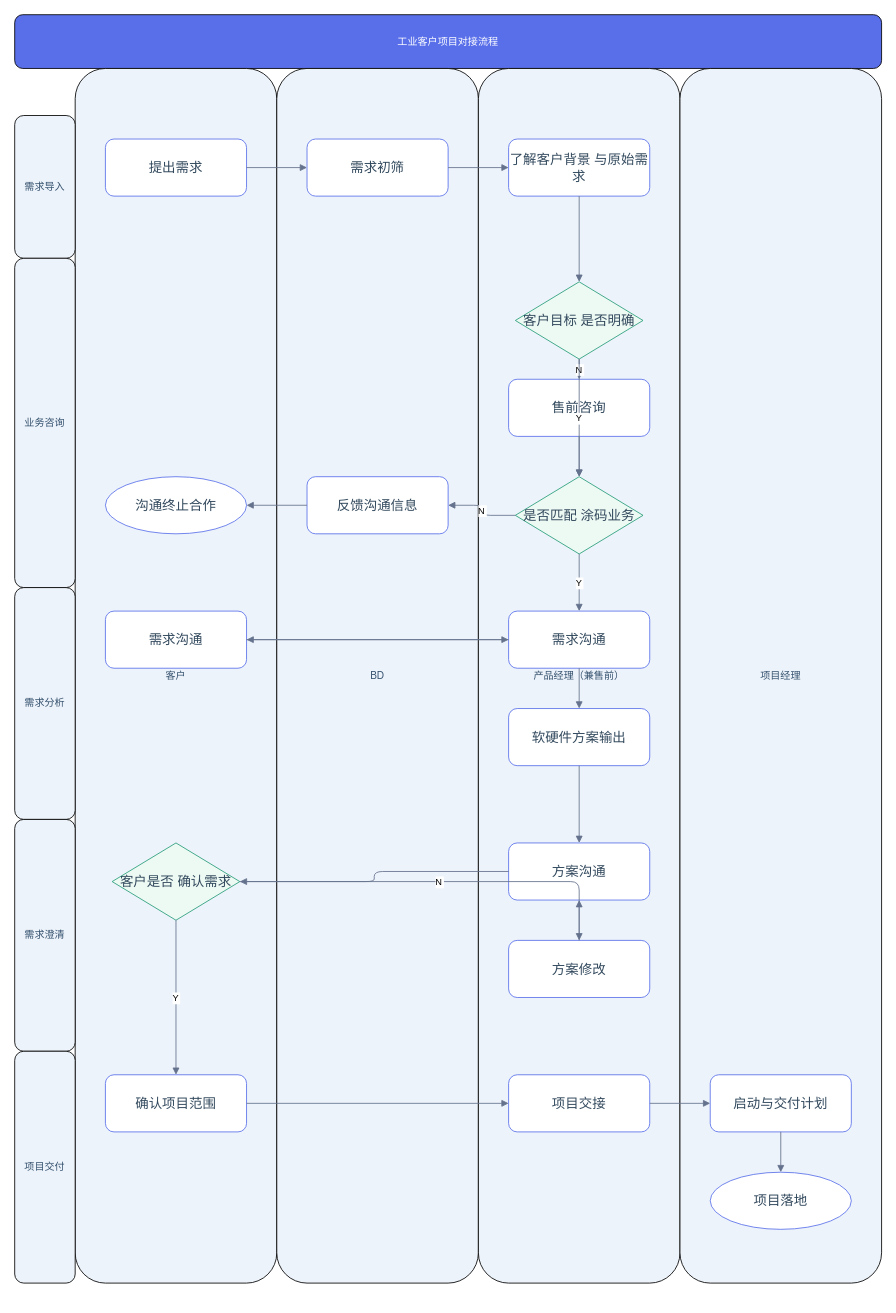
Before: examples/swimlane.drawio in beidaomitu233/FlyMind, a draw.io diagram. Source tidied: cells renumbered, new cells numbered last; positions are measured from the earlier drawing's top-left corner, leaving out a move shared by most shapes. Both pictures are drawn from the tidied source at 84%, with x=0, y=0 at pixel (14, 14).
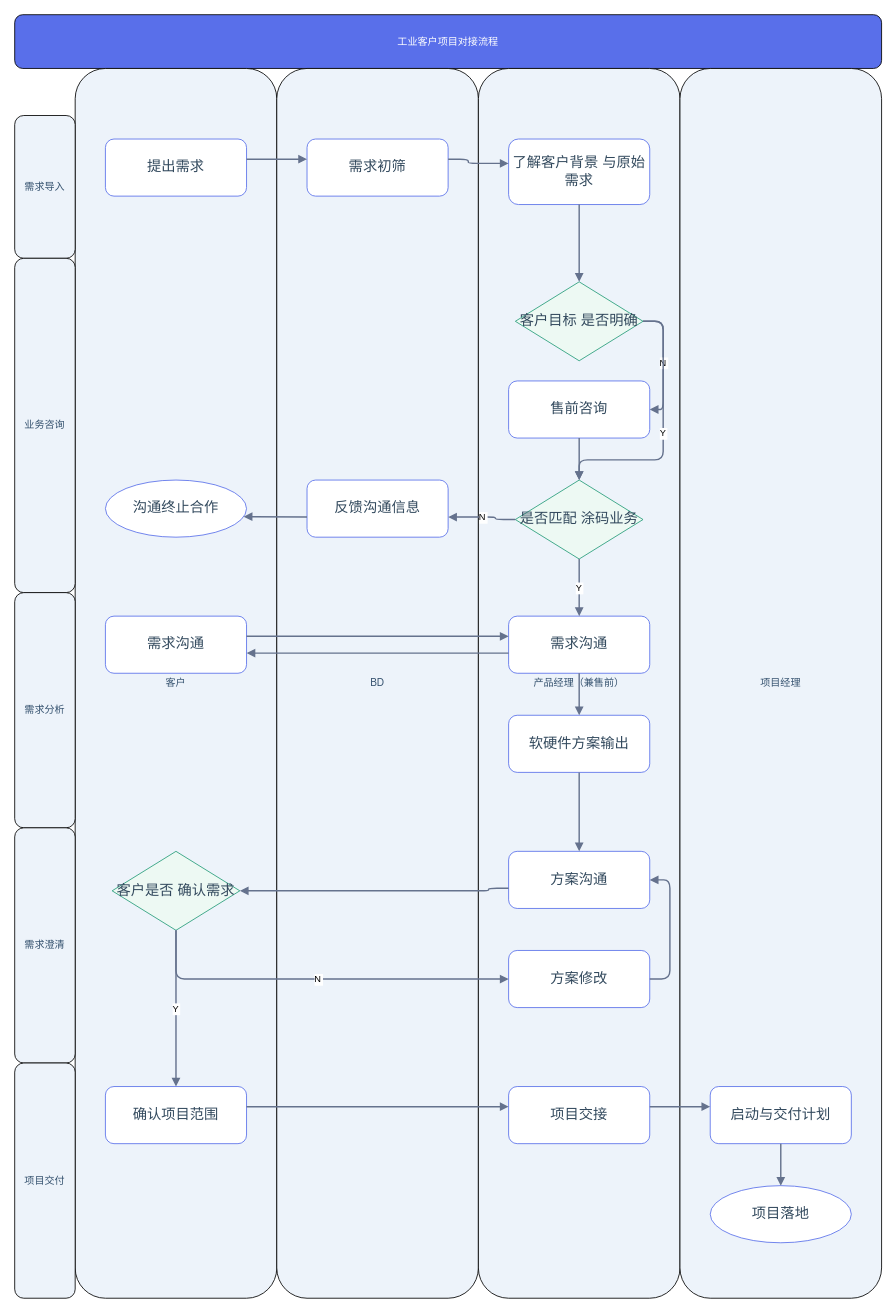
The same diagram, later.

The edit, as a diff of the source:
```diff
@@
     <mxCell id="3" value="客户" style="rounded=1;whiteSpace=wrap;html=0;fillColor=#edf3fa;fontColor=#34516e;" parent="1" vertex="1">
-      <mxGeometry x="72" y="64" width="240" height="1446" as="geometry" />
+      <mxGeometry x="72" y="64" width="240" height="1464" as="geometry" />
     </mxCell>
     <mxCell id="4" value="BD" style="rounded=1;whiteSpace=wrap;html=0;fillColor=#edf3fa;fontColor=#34516e;" parent="1" vertex="1">
-      <mxGeometry x="312" y="64" width="240" height="1446" as="geometry" />
+      <mxGeometry x="312" y="64" width="240" height="1464" as="geometry" />
     </mxCell>
     <mxCell id="5" value="产品经理（兼售前）" style="rounded=1;whiteSpace=wrap;html=0;fillColor=#edf3fa;fontColor=#34516e;" parent="1" vertex="1">
-      <mxGeometry x="552" y="64" width="240" height="1446" as="geometry" />
+      <mxGeometry x="552" y="64" width="240" height="1464" as="geometry" />
     </mxCell>
     <mxCell id="6" value="项目经理" style="rounded=1;whiteSpace=wrap;html=0;fillColor=#edf3fa;fontColor=#34516e;" parent="1" vertex="1">
-      <mxGeometry x="792" y="64" width="240" height="1446" as="geometry" />
+      <mxGeometry x="792" y="64" width="240" height="1464" as="geometry" />
     </mxCell>
@@
     <mxCell id="8" value="业务咨询" style="rounded=1;whiteSpace=wrap;html=0;fillColor=#edf3fa;fontColor=#34516e;" parent="1" vertex="1">
-      <mxGeometry y="290" width="72" height="392" as="geometry" />
+      <mxGeometry y="290" width="72" height="398" as="geometry" />
     </mxCell>
     <mxCell id="9" value="需求分析" style="rounded=1;whiteSpace=wrap;html=0;fillColor=#edf3fa;fontColor=#34516e;" parent="1" vertex="1">
-      <mxGeometry y="682" width="72" height="276" as="geometry" />
+      <mxGeometry y="688" width="72" height="280" as="geometry" />
     </mxCell>
     <mxCell id="10" value="需求澄清" style="rounded=1;whiteSpace=wrap;html=0;fillColor=#edf3fa;fontColor=#34516e;" parent="1" vertex="1">
-      <mxGeometry y="958" width="72" height="276" as="geometry" />
+      <mxGeometry y="968" width="72" height="280" as="geometry" />
     </mxCell>
     <mxCell id="11" value="项目交付" style="rounded=1;whiteSpace=wrap;html=0;fillColor=#edf3fa;fontColor=#34516e;" parent="1" vertex="1">
-      <mxGeometry y="1234" width="72" height="276" as="geometry" />
+      <mxGeometry y="1248" width="72" height="280" as="geometry" />
     </mxCell>
-    <mxCell id="12" value="提出需求" style="rounded=1;whiteSpace=wrap;html=0;fillColor=#fff;strokeColor=#596fea;fontColor=#32495d;fontSize=16;" parent="1" vertex="1">
+    <mxCell id="12" value="提出需求" style="rounded=1;whiteSpace=wrap;html=0;fillColor=#fff;strokeColor=#596fea;fontColor=#32495d;fontSize=17;" parent="1" vertex="1">
       <mxGeometry x="108" y="148" width="168" height="68" as="geometry" />
     </mxCell>
-    <mxCell id="13" value="需求初筛" style="rounded=1;whiteSpace=wrap;html=0;fillColor=#fff;strokeColor=#596fea;fontColor=#32495d;fontSize=16;" parent="1" vertex="1">
+    <mxCell id="13" value="需求初筛" style="rounded=1;whiteSpace=wrap;html=0;fillColor=#fff;strokeColor=#596fea;fontColor=#32495d;fontSize=17;" parent="1" vertex="1">
       <mxGeometry x="348" y="148" width="168" height="68" as="geometry" />
     </mxCell>
-    <mxCell id="14" value="了解客户背景 与原始需求" style="rounded=1;whiteSpace=wrap;html=0;fillColor=#fff;strokeColor=#596fea;fontColor=#32495d;fontSize=16;" parent="1" vertex="1">
-      <mxGeometry x="588" y="148" width="168" height="68" as="geometry" />
+    <mxCell id="14" value="了解客户背景 与原始需求" style="rounded=1;whiteSpace=wrap;html=0;fillColor=#fff;strokeColor=#596fea;fontColor=#32495d;fontSize=17;" parent="1" vertex="1">
+      <mxGeometry x="588" y="148" width="168" height="78" as="geometry" />
     </mxCell>
-    <mxCell id="15" value="客户目标 是否明确" style="rhombus;whiteSpace=wrap;html=0;fillColor=#edf9f3;strokeColor=#259d79;fontColor=#32495d;fontSize=16;" parent="1" vertex="1">
-      <mxGeometry x="596" y="318" width="152" height="92" as="geometry" />
+    <mxCell id="15" value="客户目标 是否明确" style="rhombus;whiteSpace=wrap;html=0;fillColor=#edf9f3;strokeColor=#259d79;fontColor=#32495d;fontSize=17;" parent="1" vertex="1">
+      <mxGeometry x="596" y="318" width="152" height="94" as="geometry" />
     </mxCell>
-    <mxCell id="16" value="售前咨询" style="rounded=1;whiteSpace=wrap;html=0;fillColor=#fff;strokeColor=#596fea;fontColor=#32495d;fontSize=16;" parent="1" vertex="1">
-      <mxGeometry x="588" y="434" width="168" height="68" as="geometry" />
+    <mxCell id="16" value="售前咨询" style="rounded=1;whiteSpace=wrap;html=0;fillColor=#fff;strokeColor=#596fea;fontColor=#32495d;fontSize=17;" parent="1" vertex="1">
+      <mxGeometry x="588" y="436" width="168" height="68" as="geometry" />
     </mxCell>
-    <mxCell id="17" value="是否匹配 涂码业务" style="rhombus;whiteSpace=wrap;html=0;fillColor=#edf9f3;strokeColor=#259d79;fontColor=#32495d;fontSize=16;" parent="1" vertex="1">
-      <mxGeometry x="596" y="550" width="152" height="92" as="geometry" />
+    <mxCell id="17" value="是否匹配 涂码业务" style="rhombus;whiteSpace=wrap;html=0;fillColor=#edf9f3;strokeColor=#259d79;fontColor=#32495d;fontSize=17;" parent="1" vertex="1">
+      <mxGeometry x="596" y="554" width="152" height="94" as="geometry" />
     </mxCell>
-    <mxCell id="18" value="反馈沟通信息" style="rounded=1;whiteSpace=wrap;html=0;fillColor=#fff;strokeColor=#596fea;fontColor=#32495d;fontSize=16;" parent="1" vertex="1">
-      <mxGeometry x="348" y="550" width="168" height="68" as="geometry" />
+    <mxCell id="18" value="反馈沟通信息" style="rounded=1;whiteSpace=wrap;html=0;fillColor=#fff;strokeColor=#596fea;fontColor=#32495d;fontSize=17;" parent="1" vertex="1">
+      <mxGeometry x="348" y="554" width="168" height="68" as="geometry" />
     </mxCell>
-    <mxCell id="19" value="沟通终止合作" style="ellipse;whiteSpace=wrap;html=0;fillColor=#fff;strokeColor=#596fea;fontColor=#32495d;fontSize=16;" parent="1" vertex="1">
-      <mxGeometry x="108" y="550" width="168" height="68" as="geometry" />
+    <mxCell id="19" value="沟通终止合作" style="ellipse;whiteSpace=wrap;html=0;fillColor=#fff;strokeColor=#596fea;fontColor=#32495d;fontSize=17;" parent="1" vertex="1">
+      <mxGeometry x="108" y="554" width="168" height="68" as="geometry" />
     </mxCell>
-    <mxCell id="20" value="需求沟通" style="rounded=1;whiteSpace=wrap;html=0;fillColor=#fff;strokeColor=#596fea;fontColor=#32495d;fontSize=16;" parent="1" vertex="1">
-      <mxGeometry x="108" y="710" width="168" height="68" as="geometry" />
+    <mxCell id="20" value="需求沟通" style="rounded=1;whiteSpace=wrap;html=0;fillColor=#fff;strokeColor=#596fea;fontColor=#32495d;fontSize=17;" parent="1" vertex="1">
+      <mxGeometry x="108" y="716" width="168" height="68" as="geometry" />
     </mxCell>
-    <mxCell id="21" value="需求沟通" style="rounded=1;whiteSpace=wrap;html=0;fillColor=#fff;strokeColor=#596fea;fontColor=#32495d;fontSize=16;" parent="1" vertex="1">
-      <mxGeometry x="588" y="710" width="168" height="68" as="geometry" />
+    <mxCell id="21" value="需求沟通" style="rounded=1;whiteSpace=wrap;html=0;fillColor=#fff;strokeColor=#596fea;fontColor=#32495d;fontSize=17;" parent="1" vertex="1">
+      <mxGeometry x="588" y="716" width="168" height="68" as="geometry" />
     </mxCell>
-    <mxCell id="22" value="软硬件方案输出" style="rounded=1;whiteSpace=wrap;html=0;fillColor=#fff;strokeColor=#596fea;fontColor=#32495d;fontSize=16;" parent="1" vertex="1">
-      <mxGeometry x="588" y="826" width="168" height="68" as="geometry" />
+    <mxCell id="22" value="软硬件方案输出" style="rounded=1;whiteSpace=wrap;html=0;fillColor=#fff;strokeColor=#596fea;fontColor=#32495d;fontSize=17;" parent="1" vertex="1">
+      <mxGeometry x="588" y="834" width="168" height="68" as="geometry" />
     </mxCell>
-    <mxCell id="23" value="方案沟通" style="rounded=1;whiteSpace=wrap;html=0;fillColor=#fff;strokeColor=#596fea;fontColor=#32495d;fontSize=16;" parent="1" vertex="1">
-      <mxGeometry x="588" y="986" width="168" height="68" as="geometry" />
+    <mxCell id="23" value="方案沟通" style="rounded=1;whiteSpace=wrap;html=0;fillColor=#fff;strokeColor=#596fea;fontColor=#32495d;fontSize=17;" parent="1" vertex="1">
+      <mxGeometry x="588" y="996" width="168" height="68" as="geometry" />
     </mxCell>
-    <mxCell id="24" value="客户是否 确认需求" style="rhombus;whiteSpace=wrap;html=0;fillColor=#edf9f3;strokeColor=#259d79;fontColor=#32495d;fontSize=16;" parent="1" vertex="1">
-      <mxGeometry x="116" y="986" width="152" height="92" as="geometry" />
+    <mxCell id="24" value="客户是否 确认需求" style="rhombus;whiteSpace=wrap;html=0;fillColor=#edf9f3;strokeColor=#259d79;fontColor=#32495d;fontSize=17;" parent="1" vertex="1">
+      <mxGeometry x="116" y="996" width="152" height="94" as="geometry" />
     </mxCell>
-    <mxCell id="25" value="方案修改" style="rounded=1;whiteSpace=wrap;html=0;fillColor=#fff;strokeColor=#596fea;fontColor=#32495d;fontSize=16;" parent="1" vertex="1">
-      <mxGeometry x="588" y="1102" width="168" height="68" as="geometry" />
+    <mxCell id="25" value="方案修改" style="rounded=1;whiteSpace=wrap;html=0;fillColor=#fff;strokeColor=#596fea;fontColor=#32495d;fontSize=17;" parent="1" vertex="1">
+      <mxGeometry x="588" y="1114" width="168" height="68" as="geometry" />
     </mxCell>
-    <mxCell id="26" value="确认项目范围" style="rounded=1;whiteSpace=wrap;html=0;fillColor=#fff;strokeColor=#596fea;fontColor=#32495d;fontSize=16;" parent="1" vertex="1">
-      <mxGeometry x="108" y="1262" width="168" height="68" as="geometry" />
+    <mxCell id="26" value="确认项目范围" style="rounded=1;whiteSpace=wrap;html=0;fillColor=#fff;strokeColor=#596fea;fontColor=#32495d;fontSize=17;" parent="1" vertex="1">
+      <mxGeometry x="108" y="1276" width="168" height="68" as="geometry" />
     </mxCell>
-    <mxCell id="27" value="项目交接" style="rounded=1;whiteSpace=wrap;html=0;fillColor=#fff;strokeColor=#596fea;fontColor=#32495d;fontSize=16;" parent="1" vertex="1">
-      <mxGeometry x="588" y="1262" width="168" height="68" as="geometry" />
+    <mxCell id="27" value="项目交接" style="rounded=1;whiteSpace=wrap;html=0;fillColor=#fff;strokeColor=#596fea;fontColor=#32495d;fontSize=17;" parent="1" vertex="1">
+      <mxGeometry x="588" y="1276" width="168" height="68" as="geometry" />
     </mxCell>
-    <mxCell id="28" value="启动与交付计划" style="rounded=1;whiteSpace=wrap;html=0;fillColor=#fff;strokeColor=#596fea;fontColor=#32495d;fontSize=16;" parent="1" vertex="1">
-      <mxGeometry x="828" y="1262" width="168" height="68" as="geometry" />
+    <mxCell id="28" value="启动与交付计划" style="rounded=1;whiteSpace=wrap;html=0;fillColor=#fff;strokeColor=#596fea;fontColor=#32495d;fontSize=17;" parent="1" vertex="1">
+      <mxGeometry x="828" y="1276" width="168" height="68" as="geometry" />
     </mxCell>
-    <mxCell id="29" value="项目落地" style="ellipse;whiteSpace=wrap;html=0;fillColor=#fff;strokeColor=#596fea;fontColor=#32495d;fontSize=16;" parent="1" vertex="1">
-      <mxGeometry x="828" y="1378" width="168" height="68" as="geometry" />
+    <mxCell id="29" value="项目落地" style="ellipse;whiteSpace=wrap;html=0;fillColor=#fff;strokeColor=#596fea;fontColor=#32495d;fontSize=17;" parent="1" vertex="1">
+      <mxGeometry x="828" y="1394" width="168" height="68" as="geometry" />
     </mxCell>
-    <mxCell id="30" style="edgeStyle=orthogonalEdgeStyle;rounded=1;html=0;endArrow=block;strokeColor=#65728d;dashed=0;" parent="1" edge="1" source="12" target="13">
+    <mxCell id="30" style="exitX=1;exitY=0.35294117647058826;entryX=0;entryY=0.35294117647058826;rounded=1;html=0;endArrow=block;startArrow=none;strokeWidth=1.7;strokeColor=#65728d;dashed=0;" parent="1" edge="1" source="12" target="13">
       <mxGeometry relative="1" as="geometry" />
     </mxCell>
-    <mxCell id="31" style="edgeStyle=orthogonalEdgeStyle;rounded=1;html=0;endArrow=block;strokeColor=#65728d;dashed=0;" parent="1" edge="1" source="13" target="14">
-      <mxGeometry relative="1" as="geometry" />
+    <mxCell id="31" style="exitX=1;exitY=0.35294117647058826;entryX=0;entryY=0.3717948717948718;rounded=1;html=0;endArrow=block;startArrow=none;strokeWidth=1.7;strokeColor=#65728d;dashed=0;" parent="1" edge="1" source="13" target="14">
+      <mxGeometry relative="1" as="geometry">
+        <Array as="points">
+          <mxPoint x="540" y="172" />
+          <mxPoint x="540" y="177" />
+        </Array>
+      </mxGeometry>
     </mxCell>
-    <mxCell id="32" style="edgeStyle=orthogonalEdgeStyle;rounded=1;html=0;endArrow=block;strokeColor=#65728d;dashed=0;" parent="1" edge="1" source="14" target="15">
+    <mxCell id="32" style="exitX=0.5;exitY=1;entryX=0.5;entryY=0;rounded=1;html=0;endArrow=block;startArrow=none;strokeWidth=1.7;strokeColor=#65728d;dashed=0;" parent="1" edge="1" source="14" target="15">
       <mxGeometry relative="1" as="geometry" />
     </mxCell>
-    <mxCell id="33" value="N" style="edgeStyle=orthogonalEdgeStyle;rounded=1;html=0;endArrow=block;strokeColor=#65728d;dashed=0;" parent="1" edge="1" source="15" target="16">
-      <mxGeometry relative="1" as="geometry" />
+    <mxCell id="33" value="N" style="exitX=1;exitY=0.5;entryX=1;entryY=0.5;rounded=1;html=0;endArrow=block;startArrow=none;strokeWidth=1.7;strokeColor=#65728d;dashed=0;" parent="1" edge="1" source="15" target="16">
+      <mxGeometry relative="1" as="geometry">
+        <Array as="points">
+          <mxPoint x="772" y="365" />
+          <mxPoint x="772" y="470" />
+        </Array>
+      </mxGeometry>
     </mxCell>
-    <mxCell id="34" value="Y" style="edgeStyle=orthogonalEdgeStyle;rounded=1;html=0;endArrow=block;strokeColor=#65728d;dashed=0;" parent="1" edge="1" source="15" target="17">
-      <mxGeometry relative="1" as="geometry" />
+    <mxCell id="34" value="Y" style="exitX=1;exitY=0.5;entryX=0.5;entryY=0;rounded=1;html=0;endArrow=block;startArrow=none;strokeWidth=1.7;strokeColor=#65728d;dashed=0;" parent="1" edge="1" source="15" target="17">
+      <mxGeometry relative="1" as="geometry">
+        <Array as="points">
+          <mxPoint x="772" y="365" />
+          <mxPoint x="772" y="530" />
+          <mxPoint x="672" y="530" />
+        </Array>
+      </mxGeometry>
     </mxCell>
-    <mxCell id="35" style="edgeStyle=orthogonalEdgeStyle;rounded=1;html=0;endArrow=block;strokeColor=#65728d;dashed=0;" parent="1" edge="1" source="16" target="17">
+    <mxCell id="35" style="exitX=0.5;exitY=1;entryX=0.5;entryY=0;rounded=1;html=0;endArrow=block;startArrow=none;strokeWidth=1.7;strokeColor=#65728d;dashed=0;" parent="1" edge="1" source="16" target="17">
       <mxGeometry relative="1" as="geometry" />
     </mxCell>
-    <mxCell id="36" value="N" style="edgeStyle=orthogonalEdgeStyle;rounded=1;html=0;endArrow=block;strokeColor=#65728d;dashed=0;" parent="1" edge="1" source="17" target="18">
-      <mxGeometry relative="1" as="geometry" />
+    <mxCell id="36" value="N" style="exitX=0;exitY=0.5;entryX=1;entryY=0.6470588235294118;rounded=1;html=0;endArrow=block;startArrow=none;strokeWidth=1.7;strokeColor=#65728d;dashed=0;" parent="1" edge="1" source="17" target="18">
+      <mxGeometry relative="1" as="geometry">
+        <Array as="points">
+          <mxPoint x="572" y="601" />
+          <mxPoint x="572" y="598" />
+        </Array>
+      </mxGeometry>
     </mxCell>
-    <mxCell id="37" style="edgeStyle=orthogonalEdgeStyle;rounded=1;html=0;endArrow=block;strokeColor=#65728d;dashed=0;" parent="1" edge="1" source="18" target="19">
+    <mxCell id="37" style="exitX=0;exitY=0.6470588235294118;entryX=1;entryY=0.6470588235294118;rounded=1;html=0;endArrow=block;startArrow=none;strokeWidth=1.7;strokeColor=#65728d;dashed=0;" parent="1" edge="1" source="18" target="19">
       <mxGeometry relative="1" as="geometry" />
     </mxCell>
-    <mxCell id="38" value="Y" style="edgeStyle=orthogonalEdgeStyle;rounded=1;html=0;endArrow=block;strokeColor=#65728d;dashed=0;" parent="1" edge="1" source="17" target="21">
+    <mxCell id="38" value="Y" style="exitX=0.5;exitY=1;entryX=0.5;entryY=0;rounded=1;html=0;endArrow=block;startArrow=none;strokeWidth=1.7;strokeColor=#65728d;dashed=0;" parent="1" edge="1" source="17" target="21">
       <mxGeometry relative="1" as="geometry" />
     </mxCell>
-    <mxCell id="39" style="edgeStyle=orthogonalEdgeStyle;rounded=1;html=0;endArrow=block;strokeColor=#65728d;dashed=0;" parent="1" edge="1" source="20" target="21">
+    <mxCell id="39" style="exitX=1;exitY=0.35294117647058826;entryX=0;entryY=0.35294117647058826;rounded=1;html=0;endArrow=block;startArrow=none;strokeWidth=1.7;strokeColor=#65728d;dashed=0;" parent="1" edge="1" source="20" target="21">
       <mxGeometry relative="1" as="geometry" />
     </mxCell>
-    <mxCell id="40" style="edgeStyle=orthogonalEdgeStyle;rounded=1;html=0;endArrow=block;strokeColor=#65728d;dashed=0;" parent="1" edge="1" source="21" target="20">
+    <mxCell id="40" style="exitX=0;exitY=0.6470588235294118;entryX=1;entryY=0.6470588235294118;rounded=1;html=0;endArrow=block;startArrow=none;strokeWidth=1.7;strokeColor=#65728d;dashed=0;" parent="1" edge="1" source="21" target="20">
       <mxGeometry relative="1" as="geometry" />
     </mxCell>
-    <mxCell id="41" style="edgeStyle=orthogonalEdgeStyle;rounded=1;html=0;endArrow=block;strokeColor=#65728d;dashed=0;" parent="1" edge="1" source="21" target="22">
+    <mxCell id="41" style="exitX=0.5;exitY=1;entryX=0.5;entryY=0;rounded=1;html=0;endArrow=block;startArrow=none;strokeWidth=1.7;strokeColor=#65728d;dashed=0;" parent="1" edge="1" source="21" target="22">
       <mxGeometry relative="1" as="geometry" />
     </mxCell>
-    <mxCell id="42" style="edgeStyle=orthogonalEdgeStyle;rounded=1;html=0;endArrow=block;strokeColor=#65728d;dashed=0;" parent="1" edge="1" source="22" target="23">
+    <mxCell id="42" style="exitX=0.5;exitY=1;entryX=0.5;entryY=0;rounded=1;html=0;endArrow=block;startArrow=none;strokeWidth=1.7;strokeColor=#65728d;dashed=0;" parent="1" edge="1" source="22" target="23">
       <mxGeometry relative="1" as="geometry" />
     </mxCell>
-    <mxCell id="43" style="edgeStyle=orthogonalEdgeStyle;rounded=1;html=0;endArrow=block;strokeColor=#65728d;dashed=0;" parent="1" edge="1" source="23" target="24">
-      <mxGeometry relative="1" as="geometry" />
+    <mxCell id="43" style="exitX=0;exitY=0.6470588235294118;entryX=1;entryY=0.5;rounded=1;html=0;endArrow=block;startArrow=none;strokeWidth=1.7;strokeColor=#65728d;dashed=0;" parent="1" edge="1" source="23" target="24">
+      <mxGeometry relative="1" as="geometry">
+        <Array as="points">
+          <mxPoint x="564" y="1040" />
+          <mxPoint x="564" y="1043" />
+        </Array>
+      </mxGeometry>
     </mxCell>
-    <mxCell id="44" value="N" style="edgeStyle=orthogonalEdgeStyle;rounded=1;html=0;endArrow=block;strokeColor=#65728d;dashed=0;" parent="1" edge="1" source="24" target="25">
-      <mxGeometry relative="1" as="geometry" />
+    <mxCell id="44" value="N" style="exitX=0.5;exitY=1;entryX=0;entryY=0.5;rounded=1;html=0;endArrow=block;startArrow=none;strokeWidth=1.7;strokeColor=#65728d;dashed=0;" parent="1" edge="1" source="24" target="25">
+      <mxGeometry relative="1" as="geometry">
+        <Array as="points">
+          <mxPoint x="192" y="1148" />
+        </Array>
+      </mxGeometry>
     </mxCell>
-    <mxCell id="45" style="edgeStyle=orthogonalEdgeStyle;rounded=1;html=0;endArrow=block;strokeColor=#65728d;dashed=0;" parent="1" edge="1" source="25" target="23">
-      <mxGeometry relative="1" as="geometry" />
+    <mxCell id="45" style="exitX=1;exitY=0.5;entryX=1;entryY=0.5;rounded=1;html=0;endArrow=block;startArrow=none;strokeWidth=1.7;strokeColor=#65728d;dashed=0;" parent="1" edge="1" source="25" target="23">
+      <mxGeometry relative="1" as="geometry">
+        <Array as="points">
+          <mxPoint x="780" y="1148" />
+          <mxPoint x="780" y="1030" />
+        </Array>
+      </mxGeometry>
     </mxCell>
-    <mxCell id="46" value="Y" style="edgeStyle=orthogonalEdgeStyle;rounded=1;html=0;endArrow=block;strokeColor=#65728d;dashed=0;" parent="1" edge="1" source="24" target="26">
+    <mxCell id="46" value="Y" style="exitX=0.5;exitY=1;entryX=0.5;entryY=0;rounded=1;html=0;endArrow=block;startArrow=none;strokeWidth=1.7;strokeColor=#65728d;dashed=0;" parent="1" edge="1" source="24" target="26">
       <mxGeometry relative="1" as="geometry" />
     </mxCell>
-    <mxCell id="47" style="edgeStyle=orthogonalEdgeStyle;rounded=1;html=0;endArrow=block;strokeColor=#65728d;dashed=0;" parent="1" edge="1" source="26" target="27">
+    <mxCell id="47" style="exitX=1;exitY=0.35294117647058826;entryX=0;entryY=0.35294117647058826;rounded=1;html=0;endArrow=block;startArrow=none;strokeWidth=1.7;strokeColor=#65728d;dashed=0;" parent="1" edge="1" source="26" target="27">
       <mxGeometry relative="1" as="geometry" />
     </mxCell>
-    <mxCell id="48" style="edgeStyle=orthogonalEdgeStyle;rounded=1;html=0;endArrow=block;strokeColor=#65728d;dashed=0;" parent="1" edge="1" source="27" target="28">
+    <mxCell id="48" style="exitX=1;exitY=0.35294117647058826;entryX=0;entryY=0.35294117647058826;rounded=1;html=0;endArrow=block;startArrow=none;strokeWidth=1.7;strokeColor=#65728d;dashed=0;" parent="1" edge="1" source="27" target="28">
       <mxGeometry relative="1" as="geometry" />
     </mxCell>
-    <mxCell id="49" style="edgeStyle=orthogonalEdgeStyle;rounded=1;html=0;endArrow=block;strokeColor=#65728d;dashed=0;" parent="1" edge="1" source="28" target="29">
+    <mxCell id="49" style="exitX=0.5;exitY=1;entryX=0.5;entryY=0;rounded=1;html=0;endArrow=block;startArrow=none;strokeWidth=1.7;strokeColor=#65728d;dashed=0;" parent="1" edge="1" source="28" target="29">
       <mxGeometry relative="1" as="geometry" />
     </mxCell>
```
